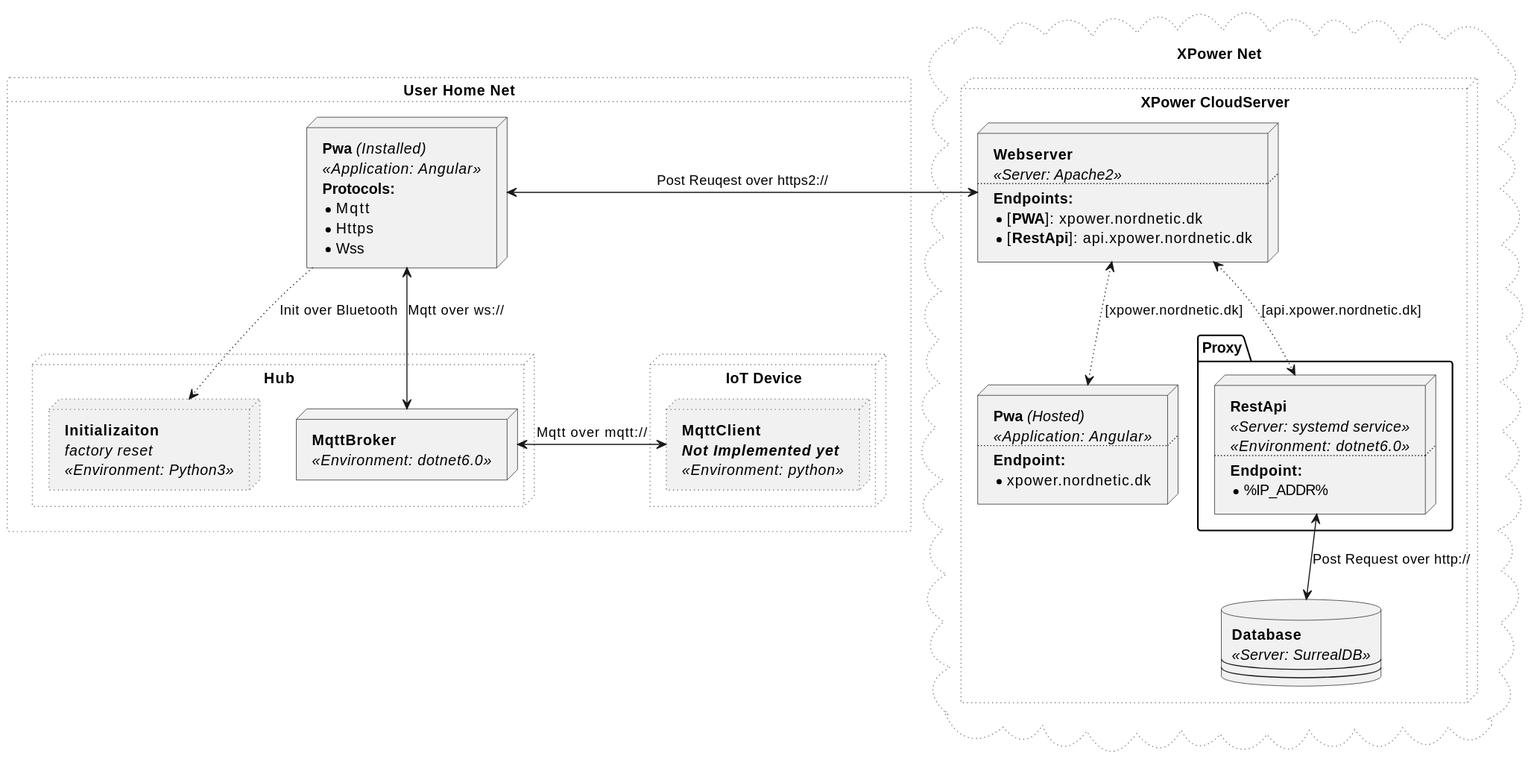
This is docs/SVG/deployment diagram/Xpower Deployment Diagram.svg from Casp7654/XPower, a PlantUML export, as it was before one commit. The source it was exported from:
```plantuml
@startuml Xpower Deployment Diagram

cloud "XPower Net" #line:grey;line.dotted {

    node "XPower CloudServer" #line:grey;line.dotted {

        node apache2 [
        <b>Webserver
        <i><<Server: Apache2>>
        ....
        <b>Endpoints:
        * [<b>PWA</b>]: xpower.nordnetic.dk
        * [<b>RestApi</b>]: api.xpower.nordnetic.dk
        ]

        node pwa [
        <b>Pwa</b> <i>(Hosted)
        <i><<Application: Angular>>
        ....
        <b>Endpoint:
        * xpower.nordnetic.dk
        ]

        package Proxy {
            node dotrest [
            <b>RestApi
            <i><<Server: systemd service>>
            <i><<Environment: dotnet6.0>>
            ....
            <b>Endpoint:
            * %IP_ADDR%
            ]
        }

        database ds [
        <b>Database
        <i><<Server: SurrealDB>>
        ----
        ----
        ]

    }
}

card "User Home Net" #line:grey;line.dotted {


    node App [
    <b>Pwa</b> <i>(Installed)
    <i><<Application: Angular>>
    <b>Protocols:
    * Mqtt
    * Https
    * Wss
    ]

    node Hub #line:grey;line.dotted {
        node hubfac #line:grey;line.dotted  [
        <b>Initializaiton
        <i>factory reset
        <i><<Environment: Python3>>
        ]
        node dotbroker [
        <b>MqttBroker
        <i><<Environment: dotnet6.0>>
        ]
    }

    node "IoT Device" as iot #line:grey;line.dotted  {

        node iothon #line:grey;line.dotted  [
        <b>MqttClient
        <b><i>Not Implemented yet
        <i><<Environment: python>>
        ]
    }

}


App <--> dotbroker : Mqtt over ws://
App ~right~> hubfac : Init over Bluetooth
App <-left-> apache2 : Post Reuqest over https2://

dotbroker <-left-> iothon : Mqtt over mqtt://

apache2 <-[dotted]down-> pwa : [xpower.nordnetic.dk]
apache2 <-[dotted]down-> dotrest : [api.xpower.nordnetic.dk]
dotrest <-down-> ds : Post Request over http://


@enduml
```
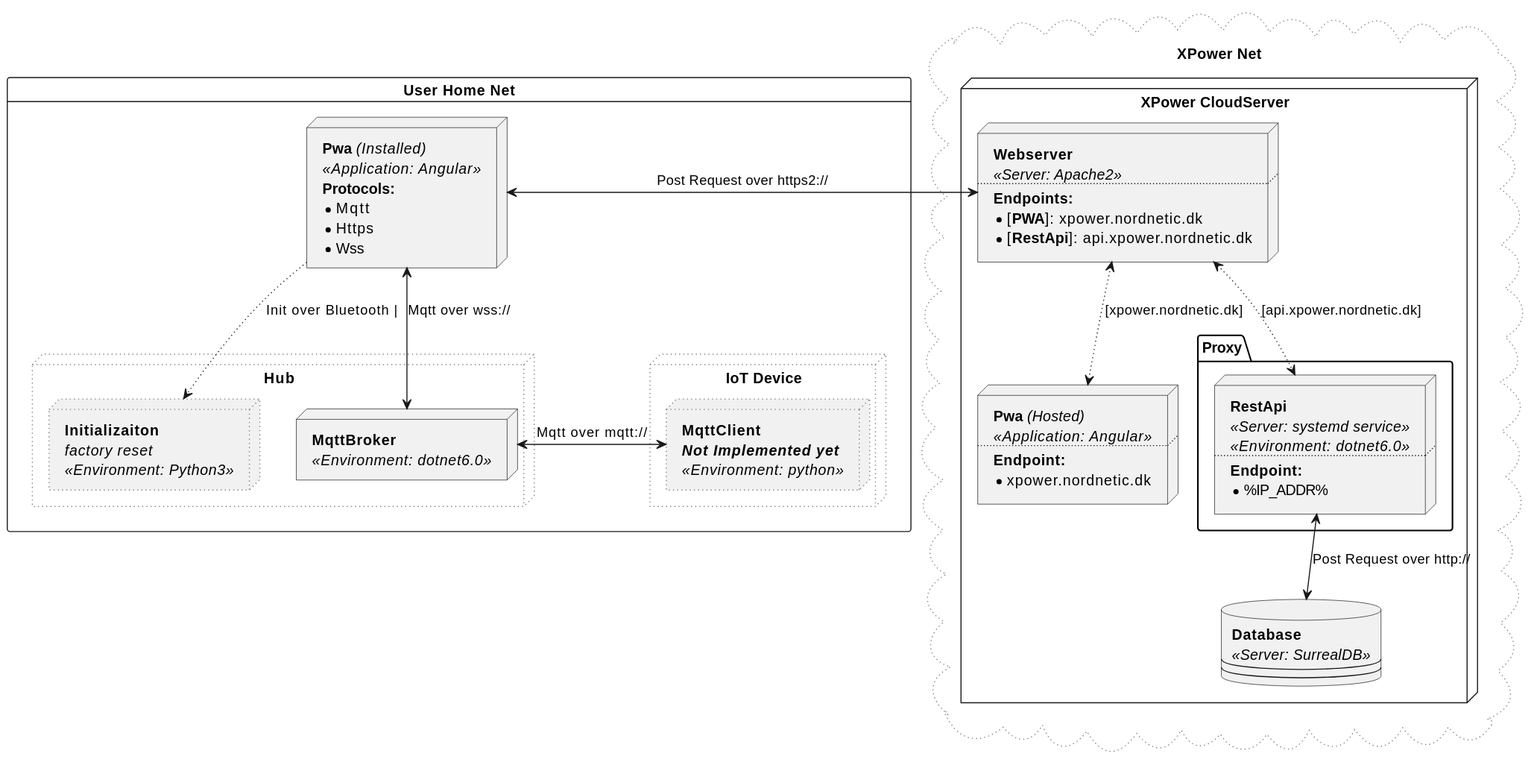
The same file after the commit.

Commit message:
Changed a few things to highlight some areas (#48)

What changed in the source:
```diff
@@ -2,7 +2,7 @@
 
 cloud "XPower Net" #line:grey;line.dotted {
 
-    node "XPower CloudServer" #line:grey;line.dotted {
+    node "XPower CloudServer"  {
 
         node apache2 [
         <b>Webserver
@@ -42,7 +42,7 @@
     }
 }
 
-card "User Home Net" #line:grey;line.dotted {
+card "User Home Net" {
 
 
     node App [
@@ -78,9 +78,9 @@
 }
 
 
-App <--> dotbroker : Mqtt over ws://
-App ~right~> hubfac : Init over Bluetooth
-App <-left-> apache2 : Post Reuqest over https2://
+App <--> dotbroker : Mqtt over wss://
+App ~right~> hubfac : Init over Bluetooth  |
+App <-left-> apache2 : Post Request over https2://
 
 dotbroker <-left-> iothon : Mqtt over mqtt://
 
```
